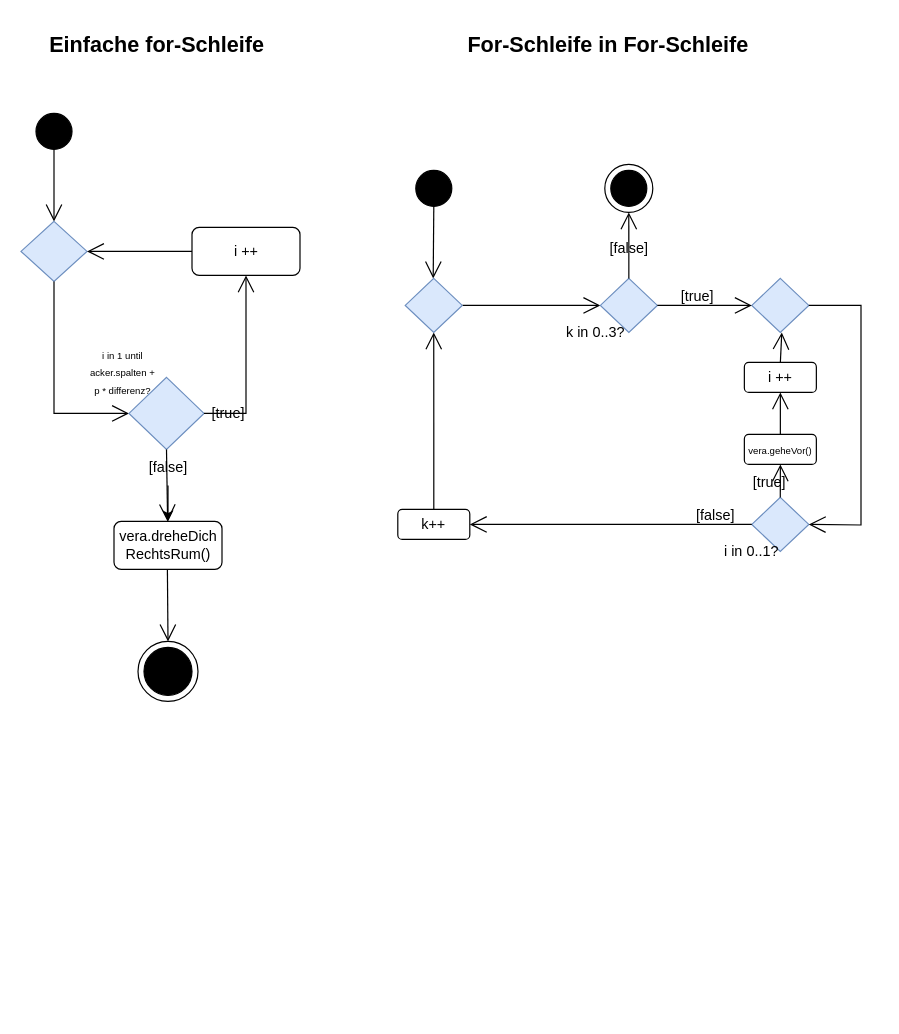
Earlier version of the draw.io diagram Unbenanntes Diagramm.drawio (NeonEnigma/NeonEnigma). Source tidied: cells renumbered, new cells numbered last; positions are measured from the earlier drawing's top-left corner, leaving out a move shared by most shapes. Both pictures are drawn from the tidied source at 120%, with x=0, y=0 at pixel (20, 20).
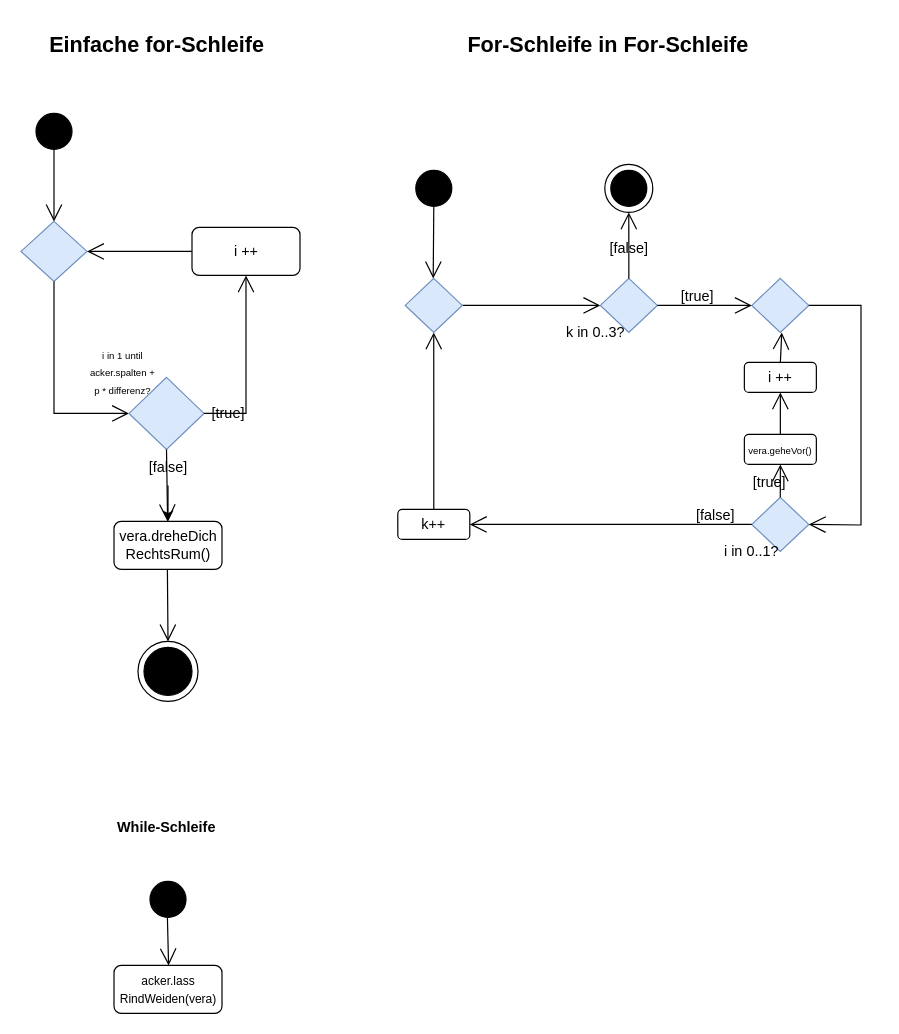
Above is the later version.

What changed in the source:
```diff
@@
+    <mxCell id="47" value="&lt;b&gt;While-Schleife&lt;/b&gt;" style="text;html=1;align=center;verticalAlign=middle;strokeColor=none;fillColor=none;" parent="1" vertex="1">
+      <mxGeometry x="66.2" y="657" width="110" height="30" as="geometry" />
+    </mxCell>
+    <mxCell id="48" style="ellipse;whiteSpace=wrap;html=1;fillColor=#000000;" parent="1" vertex="1">
+      <mxGeometry x="107.5" y="717" width="30" height="30" as="geometry" />
+    </mxCell>
+    <mxCell id="49" style="endArrow=open;endFill=1;endSize=12;html=1;rounded=0;exitX=0.5;exitY=1;exitDx=0;exitDy=0;" parent="1" edge="1">
+      <mxGeometry relative="1" as="geometry">
+        <mxPoint x="122" y="747" as="sourcePoint" />
+        <mxPoint x="123" y="787" as="targetPoint" />
+      </mxGeometry>
+    </mxCell>
+    <mxCell id="50" value="&lt;div&gt;&lt;font style=&quot;font-size: 10px;&quot;&gt;acker.lass&lt;/font&gt;&lt;/div&gt;&lt;div&gt;&lt;font style=&quot;font-size: 10px;&quot;&gt;RindWeiden(vera)&lt;/font&gt;&lt;/div&gt;" style="rounded=1;whiteSpace=wrap;html=1;" parent="1" vertex="1">
+      <mxGeometry x="77.5" y="787" width="90" height="40" as="geometry" />
+    </mxCell>
```
